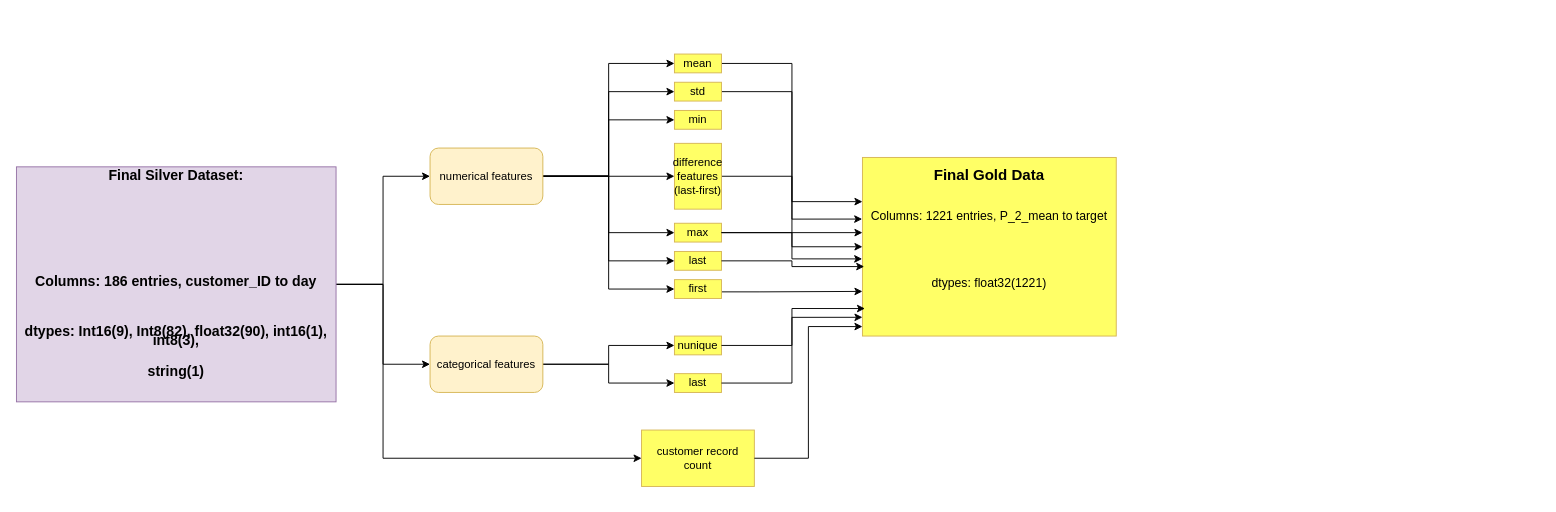
Earlier version of the draw.io diagram docs/gold_level_processing.drawio (Rajshah296/AMEX-Default-Prediction). Source tidied: cells renumbered, new cells numbered last; positions are measured from the earlier drawing's top-left corner, leaving out a move shared by most shapes. Both pictures are drawn from the tidied source at 94%, with x=0, y=0 at pixel (16, 54).
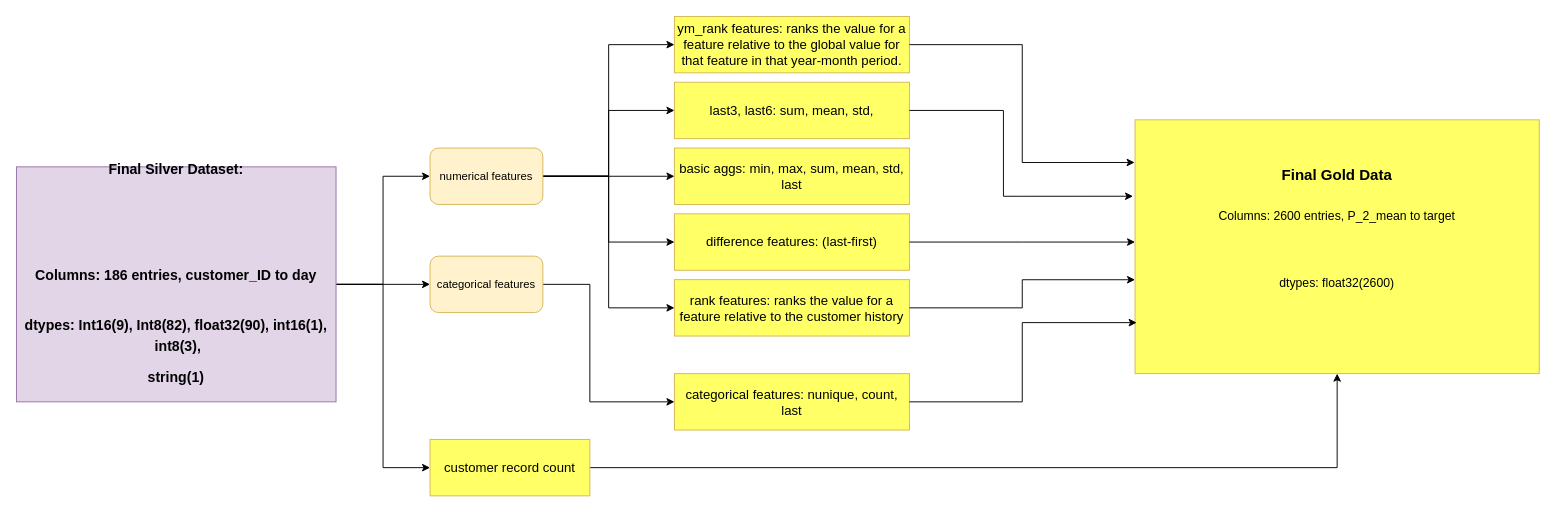
The same page after the edit.

Commit message (it also covers changes not shown here):
docs - updated the gold data creation diagram, scripts/data_analysis - replaced pie chart with more readable bar charts and some visual improvements

Unchanged cells that the change refers to:
```xml
<mxCell id="13" value="numerical features" style="rounded=1;whiteSpace=wrap;html=1;fillColor=#fff2cc;strokeColor=#d6b656;" parent="1" vertex="1">
  <mxGeometry x="440" y="100" width="120" height="60" as="geometry" />
</mxCell>
```

Diff of the diagram source:
```diff
@@
     <mxCell id="4" style="edgeStyle=orthogonalEdgeStyle;rounded=0;jettySize=auto;html=1;entryX=0;entryY=0.5;entryDx=0;entryDy=0;" parent="1" edge="1" source="5" target="17">
-      <mxGeometry relative="1" as="geometry">
-        <Array as="points">
-          <mxPoint x="390" y="245" />
-          <mxPoint x="390" y="430" />
-        </Array>
-      </mxGeometry>
+      <mxGeometry relative="1" as="geometry" />
     </mxCell>
-    <mxCell id="5" value="&lt;b&gt;&lt;font style=&quot;font-size: 15px;&quot;&gt;Final Silver Dataset:&lt;/font&gt;&lt;/b&gt;&lt;div&gt;&lt;b&gt;&lt;font style=&quot;font-size: 15px;&quot;&gt;&lt;br&gt;&lt;/font&gt;&lt;/b&gt;&lt;/div&gt;&lt;div&gt;&lt;b&gt;&lt;font style=&quot;font-size: 15px;&quot;&gt;&lt;br&gt;&lt;/font&gt;&lt;/b&gt;&lt;/div&gt;&lt;div style=&quot;line-height: 60%;&quot;&gt;&lt;p class=&quot;MsoNormal&quot;&gt;&lt;font style=&quot;font-size: 15px;&quot;&gt;&amp;nbsp;&lt;/font&gt;&lt;/p&gt;&lt;font style=&quot;font-size: 15px;&quot;&gt;&lt;br&gt;&lt;br&gt;&lt;/font&gt;&lt;p class=&quot;MsoNormal&quot;&gt;&lt;b&gt;&lt;font style=&quot;line-height: 60%; font-size: 15px;&quot;&gt;Columns: 186 entries, customer_ID to day&lt;/font&gt;&lt;/b&gt;&lt;/p&gt;&lt;font style=&quot;font-size: 15px;&quot;&gt;&lt;br&gt;&lt;br&gt;&lt;/font&gt;&lt;p class=&quot;MsoNormal&quot;&gt;&lt;b&gt;&lt;font style=&quot;line-height: 60%; font-size: 15px;&quot;&gt;dtypes: Int16(9), Int8(82), float32(90), int16(1), int8(3),&lt;/font&gt;&lt;/b&gt;&lt;/p&gt;&lt;p class=&quot;MsoNormal&quot;&gt;&lt;b&gt;&lt;font style=&quot;line-height: 60%; font-size: 15px;&quot;&gt;&lt;br&gt;string(1)&lt;/font&gt;&lt;/b&gt;&lt;/p&gt;&lt;div&gt;&lt;b&gt;&lt;font style=&quot;font-size: 18px;&quot;&gt;&lt;br&gt;&lt;/font&gt;&lt;/b&gt;&lt;/div&gt;&lt;div&gt;&lt;br&gt;&lt;/div&gt;&lt;/div&gt;" style="rounded=0;whiteSpace=wrap;html=1;fillColor=#e1d5e7;strokeColor=#9673a6;" parent="1" vertex="1">
+    <mxCell id="5" value="&lt;b&gt;&lt;font style=&quot;font-size: 15px;&quot;&gt;Final Silver Dataset:&lt;/font&gt;&lt;/b&gt;&lt;div&gt;&lt;b&gt;&lt;font style=&quot;font-size: 15px;&quot;&gt;&lt;br&gt;&lt;/font&gt;&lt;/b&gt;&lt;/div&gt;&lt;div&gt;&lt;b&gt;&lt;font style=&quot;font-size: 15px;&quot;&gt;&lt;br&gt;&lt;/font&gt;&lt;/b&gt;&lt;/div&gt;&lt;div style=&quot;line-height: 60%;&quot;&gt;&lt;p class=&quot;MsoNormal&quot;&gt;&lt;font style=&quot;font-size: 15px;&quot;&gt;&amp;nbsp;&lt;/font&gt;&lt;/p&gt;&lt;font style=&quot;font-size: 15px;&quot;&gt;&lt;br&gt;&lt;br&gt;&lt;/font&gt;&lt;p class=&quot;MsoNormal&quot;&gt;&lt;b&gt;&lt;font style=&quot;line-height: 60%; font-size: 15px;&quot;&gt;Columns: 186 entries, customer_ID to day&lt;/font&gt;&lt;/b&gt;&lt;/p&gt;&lt;font style=&quot;font-size: 15px;&quot;&gt;&lt;br&gt;&lt;br&gt;&lt;/font&gt;&lt;p class=&quot;MsoNormal&quot;&gt;&lt;b&gt;&lt;font style=&quot;line-height: 60%; font-size: 15px;&quot;&gt;dtypes: Int16(9), Int8(82), float32(90), int16(1),&lt;/font&gt;&lt;/b&gt;&lt;/p&gt;&lt;p class=&quot;MsoNormal&quot;&gt;&lt;b&gt;&lt;font style=&quot;line-height: 60%; font-size: 15px;&quot;&gt;&amp;nbsp;int8(3),&lt;/font&gt;&lt;/b&gt;&lt;/p&gt;&lt;p class=&quot;MsoNormal&quot;&gt;&lt;b&gt;&lt;font style=&quot;line-height: 60%; font-size: 15px;&quot;&gt;&lt;br&gt;string(1)&lt;/font&gt;&lt;/b&gt;&lt;/p&gt;&lt;div&gt;&lt;b&gt;&lt;font style=&quot;font-size: 18px;&quot;&gt;&lt;br&gt;&lt;/font&gt;&lt;/b&gt;&lt;/div&gt;&lt;div&gt;&lt;br&gt;&lt;/div&gt;&lt;/div&gt;" style="rounded=0;whiteSpace=wrap;html=1;fillColor=#e1d5e7;strokeColor=#9673a6;" parent="1" vertex="1">
       <mxGeometry y="120" width="340" height="250" as="geometry" />
     </mxCell>
-    <mxCell id="6" style="edgeStyle=orthogonalEdgeStyle;rounded=0;jettySize=auto;html=1;entryX=0;entryY=0.5;entryDx=0;entryDy=0;" parent="1" edge="1" source="13" target="28">
-      <mxGeometry relative="1" as="geometry" />
-    </mxCell>
-    <mxCell id="7" style="edgeStyle=orthogonalEdgeStyle;rounded=0;jettySize=auto;html=1;entryX=0;entryY=0.5;entryDx=0;entryDy=0;" parent="1" edge="1" source="13" target="21">
-      <mxGeometry relative="1" as="geometry" />
-    </mxCell>
-    <mxCell id="8" style="edgeStyle=orthogonalEdgeStyle;rounded=0;jettySize=auto;html=1;entryX=0;entryY=0.5;entryDx=0;entryDy=0;" parent="1" edge="1" source="13" target="19">
-      <mxGeometry relative="1" as="geometry" />
-    </mxCell>
-    <mxCell id="9" style="edgeStyle=orthogonalEdgeStyle;rounded=0;jettySize=auto;html=1;entryX=0;entryY=0.5;entryDx=0;entryDy=0;" parent="1" edge="1" source="13" target="22">
-      <mxGeometry relative="1" as="geometry" />
-    </mxCell>
-    <mxCell id="10" style="edgeStyle=orthogonalEdgeStyle;rounded=0;jettySize=auto;html=1;entryX=0;entryY=0.5;entryDx=0;entryDy=0;" parent="1" edge="1" source="13" target="23">
-      <mxGeometry relative="1" as="geometry" />
-    </mxCell>
-    <mxCell id="11" style="edgeStyle=orthogonalEdgeStyle;rounded=0;jettySize=auto;html=1;entryX=0;entryY=0.5;entryDx=0;entryDy=0;" parent="1" edge="1" source="13" target="24">
-      <mxGeometry relative="1" as="geometry" />
-    </mxCell>
-    <mxCell id="12" style="edgeStyle=orthogonalEdgeStyle;rounded=0;jettySize=auto;html=1;entryX=0;entryY=0.5;entryDx=0;entryDy=0;" parent="1" edge="1" source="13" target="26">
-      <mxGeometry relative="1" as="geometry" />
-    </mxCell>
+    <mxCell id="38" style="edgeStyle=orthogonalEdgeStyle;rounded=0;jettySize=auto;html=1;entryX=0;entryY=0.5;entryDx=0;entryDy=0;" parent="1" edge="1" source="13" target="48">
+      <mxGeometry relative="1" as="geometry" />
+    </mxCell>
+    <mxCell id="39" style="edgeStyle=orthogonalEdgeStyle;rounded=0;jettySize=auto;html=1;entryX=0;entryY=0.5;entryDx=0;entryDy=0;" parent="1" edge="1" source="13" target="45">
+      <mxGeometry relative="1" as="geometry" />
+    </mxCell>
+    <mxCell id="40" style="edgeStyle=orthogonalEdgeStyle;rounded=0;jettySize=auto;html=1;" parent="1" edge="1" source="13" target="44">
+      <mxGeometry relative="1" as="geometry" />
+    </mxCell>
+    <mxCell id="41" style="edgeStyle=orthogonalEdgeStyle;rounded=0;jettySize=auto;html=1;entryX=0;entryY=0.5;entryDx=0;entryDy=0;" parent="1" edge="1" source="13" target="46">
+      <mxGeometry relative="1" as="geometry" />
+    </mxCell>
+    <mxCell id="42" style="edgeStyle=orthogonalEdgeStyle;rounded=0;jettySize=auto;html=1;entryX=0;entryY=0.5;entryDx=0;entryDy=0;" parent="1" edge="1" source="13" target="47">
+      <mxGeometry relative="1" as="geometry" />
+    </mxCell>
@@
-    <mxCell id="14" style="edgeStyle=orthogonalEdgeStyle;rounded=0;jettySize=auto;html=1;entryX=0;entryY=0.5;entryDx=0;entryDy=0;" parent="1" edge="1" source="16" target="30">
-      <mxGeometry relative="1" as="geometry" />
-    </mxCell>
-    <mxCell id="15" style="edgeStyle=orthogonalEdgeStyle;rounded=0;jettySize=auto;html=1;entryX=0;entryY=0.5;entryDx=0;entryDy=0;" parent="1" edge="1" source="16" target="29">
-      <mxGeometry relative="1" as="geometry" />
-    </mxCell>
+    <mxCell id="43" style="edgeStyle=orthogonalEdgeStyle;rounded=0;jettySize=auto;html=1;entryX=0;entryY=0.5;entryDx=0;entryDy=0;" parent="1" edge="1" source="16" target="49">
+      <mxGeometry relative="1" as="geometry">
+        <Array as="points">
+          <mxPoint x="610" y="245" />
+          <mxPoint x="610" y="370" />
+        </Array>
+      </mxGeometry>
+    </mxCell>
     <mxCell id="16" value="categorical features" style="rounded=1;whiteSpace=wrap;html=1;fillColor=#fff2cc;strokeColor=#d6b656;" parent="1" vertex="1">
-      <mxGeometry x="440" y="300" width="120" height="60" as="geometry" />
+      <mxGeometry x="440" y="215" width="120" height="60" as="geometry" />
     </mxCell>
+    <mxCell id="31" value="&lt;b&gt;&lt;font style=&quot;font-size: 16px;&quot;&gt;Final Gold Data&lt;/font&gt;&lt;/b&gt;&lt;div&gt;&lt;b&gt;&lt;br&gt;&lt;/b&gt;&lt;/div&gt;&lt;div&gt;&lt;p class=&quot;MsoNormal&quot;&gt;&lt;font style=&quot;font-size: 13px;&quot;&gt;Columns: 2600 entries, P_2_mean to target&lt;/font&gt;&lt;/p&gt;&lt;font style=&quot;font-size: 13px;&quot;&gt;&lt;br&gt;&lt;br&gt;&lt;/font&gt;&lt;p class=&quot;MsoNormal&quot;&gt;&lt;font style=&quot;font-size: 13px;&quot;&gt;dtypes: float32(2600)&lt;/font&gt;&lt;/p&gt;&lt;div&gt;&lt;b&gt;&lt;br&gt;&lt;/b&gt;&lt;/div&gt;&lt;div&gt;&lt;b&gt;&lt;br&gt;&lt;/b&gt;&lt;/div&gt;&lt;/div&gt;" style="rounded=0;whiteSpace=wrap;html=1;fillColor=#FFFF66;strokeColor=#d6b656;" parent="1" vertex="1">
+      <mxGeometry x="1190" y="70" width="430" height="270" as="geometry" />
+    </mxCell>
+    <mxCell id="44" value="&lt;font style=&quot;font-size: 14px;&quot;&gt;basic aggs: min, max, sum, mean, std, last&lt;/font&gt;" style="rounded=0;whiteSpace=wrap;html=1;fillColor=#FFFF66;strokeColor=#d6b656;" parent="1" vertex="1">
+      <mxGeometry x="700" y="100" width="250" height="60" as="geometry" />
+    </mxCell>
+    <mxCell id="45" value="&lt;font style=&quot;font-size: 14px;&quot;&gt;last3, last6: sum, mean, std,&lt;/font&gt;" style="rounded=0;whiteSpace=wrap;html=1;fillColor=#FFFF66;strokeColor=#d6b656;" parent="1" vertex="1">
+      <mxGeometry x="700" y="30" width="250" height="60" as="geometry" />
+    </mxCell>
+    <mxCell id="46" value="&lt;font style=&quot;font-size: 14px;&quot;&gt;difference features: (last-first)&lt;/font&gt;" style="rounded=0;whiteSpace=wrap;html=1;fillColor=#FFFF66;strokeColor=#d6b656;" parent="1" vertex="1">
+      <mxGeometry x="700" y="170" width="250" height="60" as="geometry" />
+    </mxCell>
+    <mxCell id="47" value="&lt;font style=&quot;font-size: 14px;&quot;&gt;rank features: ranks the value for a feature relative to the customer history&lt;/font&gt;" style="rounded=0;whiteSpace=wrap;html=1;fillColor=#FFFF66;strokeColor=#d6b656;" parent="1" vertex="1">
+      <mxGeometry x="700" y="240" width="250" height="60" as="geometry" />
+    </mxCell>
+    <mxCell id="48" value="&lt;font style=&quot;font-size: 14px;&quot;&gt;ym_rank features: ranks the value for a feature relative to the global value for that feature in that year-month period.&lt;/font&gt;" style="rounded=0;whiteSpace=wrap;html=1;fillColor=#FFFF66;strokeColor=#d6b656;" parent="1" vertex="1">
+      <mxGeometry x="700" y="-40" width="250" height="60" as="geometry" />
+    </mxCell>
+    <mxCell id="49" value="&lt;font style=&quot;font-size: 14px;&quot;&gt;categorical features: nunique, count, last&lt;/font&gt;" style="rounded=0;whiteSpace=wrap;html=1;fillColor=#FFFF66;strokeColor=#d6b656;" parent="1" vertex="1">
+      <mxGeometry x="700" y="340" width="250" height="60" as="geometry" />
+    </mxCell>
+    <mxCell id="35" style="edgeStyle=orthogonalEdgeStyle;rounded=0;jettySize=auto;html=1;entryX=0.5;entryY=1;entryDx=0;entryDy=0;" parent="1" edge="1" source="17" target="31">
+      <mxGeometry relative="1" as="geometry" />
+    </mxCell>
-    <mxCell id="17" value="customer record count" style="rounded=0;whiteSpace=wrap;html=1;fillColor=#FFFF66;strokeColor=#d6b656;" parent="1" vertex="1">
-      <mxGeometry x="665" y="400" width="120" height="60" as="geometry" />
+    <mxCell id="17" value="&lt;font style=&quot;font-size: 14px;&quot;&gt;customer record count&lt;/font&gt;" style="rounded=0;whiteSpace=wrap;html=1;fillColor=#FFFF66;strokeColor=#d6b656;" parent="1" vertex="1">
+      <mxGeometry x="440" y="410" width="170" height="60" as="geometry" />
     </mxCell>
-    <mxCell id="18" style="edgeStyle=orthogonalEdgeStyle;rounded=0;jettySize=auto;html=1;entryX=-0.001;entryY=0.345;entryDx=0;entryDy=0;entryPerimeter=0;" parent="1" edge="1" source="19" target="31">
-      <mxGeometry relative="1" as="geometry" />
-    </mxCell>
-    <mxCell id="19" value="std" style="rounded=0;whiteSpace=wrap;html=1;fillColor=#FFFF66;strokeColor=#d6b656;" parent="1" vertex="1">
-      <mxGeometry x="700" y="30" width="50" height="20" as="geometry" />
-    </mxCell>
-    <mxCell id="20" style="edgeStyle=orthogonalEdgeStyle;rounded=0;jettySize=auto;html=1;" parent="1" edge="1" source="21" target="31">
-      <mxGeometry relative="1" as="geometry">
-        <Array as="points">
-          <mxPoint x="825" y="10" />
-          <mxPoint x="825" y="157" />
-        </Array>
-      </mxGeometry>
-    </mxCell>
-    <mxCell id="21" value="mean" style="rounded=0;whiteSpace=wrap;html=1;fillColor=#FFFF66;strokeColor=#d6b656;" parent="1" vertex="1">
-      <mxGeometry x="700" width="50" height="20" as="geometry" />
-    </mxCell>
-    <mxCell id="22" value="min" style="rounded=0;whiteSpace=wrap;html=1;fillColor=#FFFF66;strokeColor=#d6b656;" parent="1" vertex="1">
-      <mxGeometry x="700" y="60" width="50" height="20" as="geometry" />
-    </mxCell>
-    <mxCell id="23" value="max" style="rounded=0;whiteSpace=wrap;html=1;fillColor=#FFFF66;strokeColor=#d6b656;" parent="1" vertex="1">
-      <mxGeometry x="700" y="180" width="50" height="20" as="geometry" />
-    </mxCell>
-    <mxCell id="24" value="last" style="rounded=0;whiteSpace=wrap;html=1;fillColor=#FFFF66;strokeColor=#d6b656;" parent="1" vertex="1">
-      <mxGeometry x="700" y="210" width="50" height="20" as="geometry" />
-    </mxCell>
-    <mxCell id="25" style="edgeStyle=orthogonalEdgeStyle;rounded=0;jettySize=auto;html=1;entryX=0;entryY=0.75;entryDx=0;entryDy=0;" parent="1" edge="1" source="26" target="31">
-      <mxGeometry relative="1" as="geometry">
-        <Array as="points">
-          <mxPoint x="790" y="253" />
-          <mxPoint x="790" y="253" />
-        </Array>
-      </mxGeometry>
-    </mxCell>
-    <mxCell id="26" value="first" style="rounded=0;whiteSpace=wrap;html=1;fillColor=#FFFF66;strokeColor=#d6b656;" parent="1" vertex="1">
-      <mxGeometry x="700" y="240" width="50" height="20" as="geometry" />
-    </mxCell>
-    <mxCell id="27" style="edgeStyle=orthogonalEdgeStyle;rounded=0;jettySize=auto;html=1;entryX=0;entryY=0.5;entryDx=0;entryDy=0;" parent="1" edge="1" source="28" target="31">
-      <mxGeometry relative="1" as="geometry" />
-    </mxCell>
-    <mxCell id="28" value="difference features&lt;div&gt;(last-first)&lt;/div&gt;" style="rounded=0;whiteSpace=wrap;html=1;fillColor=#FFFF66;strokeColor=#d6b656;" parent="1" vertex="1">
-      <mxGeometry x="700" y="95" width="50" height="70" as="geometry" />
-    </mxCell>
-    <mxCell id="29" value="last" style="rounded=0;whiteSpace=wrap;html=1;fillColor=#FFFF66;strokeColor=#d6b656;" parent="1" vertex="1">
-      <mxGeometry x="700" y="340" width="50" height="20" as="geometry" />
-    </mxCell>
-    <mxCell id="30" value="nunique" style="rounded=0;whiteSpace=wrap;html=1;fillColor=#FFFF66;strokeColor=#d6b656;" parent="1" vertex="1">
-      <mxGeometry x="700" y="300" width="50" height="20" as="geometry" />
-    </mxCell>
-    <mxCell id="31" value="&lt;b&gt;&lt;font style=&quot;font-size: 16px;&quot;&gt;Final Gold Data&lt;/font&gt;&lt;/b&gt;&lt;div&gt;&lt;b&gt;&lt;br&gt;&lt;/b&gt;&lt;/div&gt;&lt;div&gt;&lt;p class=&quot;MsoNormal&quot;&gt;&lt;font style=&quot;font-size: 13px;&quot;&gt;Columns: 1221 entries, P_2_mean to target&lt;/font&gt;&lt;/p&gt;&lt;font style=&quot;font-size: 13px;&quot;&gt;&lt;br&gt;&lt;br&gt;&lt;/font&gt;&lt;p class=&quot;MsoNormal&quot;&gt;&lt;font style=&quot;font-size: 13px;&quot;&gt;dtypes: float32(1221)&lt;/font&gt;&lt;/p&gt;&lt;div&gt;&lt;b&gt;&lt;br&gt;&lt;/b&gt;&lt;/div&gt;&lt;div&gt;&lt;b&gt;&lt;br&gt;&lt;/b&gt;&lt;/div&gt;&lt;/div&gt;" style="rounded=0;whiteSpace=wrap;html=1;fillColor=#FFFF66;strokeColor=#d6b656;" parent="1" vertex="1">
-      <mxGeometry x="900" y="110" width="270" height="190" as="geometry" />
-    </mxCell>
-    <mxCell id="32" style="edgeStyle=orthogonalEdgeStyle;rounded=0;jettySize=auto;html=1;entryX=-0.001;entryY=0.568;entryDx=0;entryDy=0;entryPerimeter=0;" parent="1" edge="1" source="23" target="31">
-      <mxGeometry relative="1" as="geometry" />
-    </mxCell>
-    <mxCell id="33" style="edgeStyle=orthogonalEdgeStyle;rounded=0;jettySize=auto;html=1;entryX=0;entryY=0.421;entryDx=0;entryDy=0;entryPerimeter=0;" parent="1" edge="1" source="23" target="31">
-      <mxGeometry relative="1" as="geometry" />
-    </mxCell>
-    <mxCell id="34" style="edgeStyle=orthogonalEdgeStyle;rounded=0;jettySize=auto;html=1;entryX=0;entryY=0.895;entryDx=0;entryDy=0;entryPerimeter=0;" parent="1" edge="1" source="29" target="31">
-      <mxGeometry relative="1" as="geometry" />
-    </mxCell>
-    <mxCell id="35" style="edgeStyle=orthogonalEdgeStyle;rounded=0;jettySize=auto;html=1;entryX=0;entryY=0.947;entryDx=0;entryDy=0;entryPerimeter=0;" parent="1" edge="1" source="17" target="31">
-      <mxGeometry relative="1" as="geometry" />
-    </mxCell>
-    <mxCell id="36" style="edgeStyle=orthogonalEdgeStyle;rounded=0;jettySize=auto;html=1;entryX=0.01;entryY=0.846;entryDx=0;entryDy=0;entryPerimeter=0;" parent="1" edge="1" source="30" target="31">
-      <mxGeometry relative="1" as="geometry" />
-    </mxCell>
-    <mxCell id="37" style="edgeStyle=orthogonalEdgeStyle;rounded=0;jettySize=auto;html=1;entryX=0.007;entryY=0.611;entryDx=0;entryDy=0;entryPerimeter=0;" parent="1" edge="1" source="24" target="31">
-      <mxGeometry relative="1" as="geometry" />
-    </mxCell>
+    <mxCell id="50" style="edgeStyle=orthogonalEdgeStyle;rounded=0;jettySize=auto;html=1;entryX=-0.001;entryY=0.168;entryDx=0;entryDy=0;entryPerimeter=0;" parent="1" edge="1" source="48" target="31">
+      <mxGeometry relative="1" as="geometry" />
+    </mxCell>
+    <mxCell id="51" style="edgeStyle=orthogonalEdgeStyle;rounded=0;jettySize=auto;html=1;entryX=-0.005;entryY=0.301;entryDx=0;entryDy=0;entryPerimeter=0;" parent="1" edge="1" source="45" target="31">
+      <mxGeometry relative="1" as="geometry">
+        <Array as="points">
+          <mxPoint x="1050" y="60" />
+          <mxPoint x="1050" y="151" />
+        </Array>
+      </mxGeometry>
+    </mxCell>
+    <mxCell id="52" style="edgeStyle=orthogonalEdgeStyle;rounded=0;jettySize=auto;html=1;" parent="1" edge="1" source="46">
+      <mxGeometry relative="1" as="geometry">
+        <mxPoint x="1190" y="200" as="targetPoint" />
+      </mxGeometry>
+    </mxCell>
+    <mxCell id="53" style="edgeStyle=orthogonalEdgeStyle;rounded=0;jettySize=auto;html=1;entryX=0;entryY=0.63;entryDx=0;entryDy=0;entryPerimeter=0;" parent="1" edge="1" source="47" target="31">
+      <mxGeometry relative="1" as="geometry" />
+    </mxCell>
+    <mxCell id="54" style="edgeStyle=orthogonalEdgeStyle;rounded=0;jettySize=auto;html=1;entryX=0.004;entryY=0.799;entryDx=0;entryDy=0;entryPerimeter=0;" parent="1" edge="1" source="49" target="31">
+      <mxGeometry relative="1" as="geometry" />
+    </mxCell>
```
